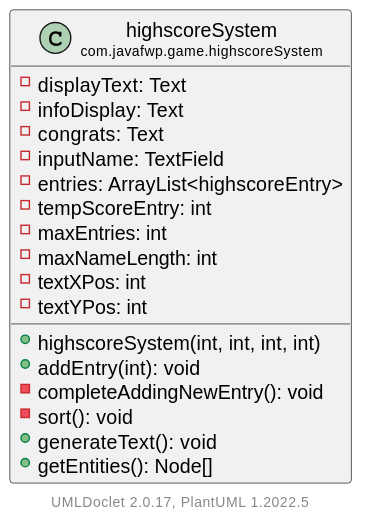
The PlantUML diagram javadoc/apidocs/com/javafwp/game/highscoreSystem/highscoreSystem.svg in SenpaiSimon/Java-FWP-AI-B6-Projekt, before a commit.
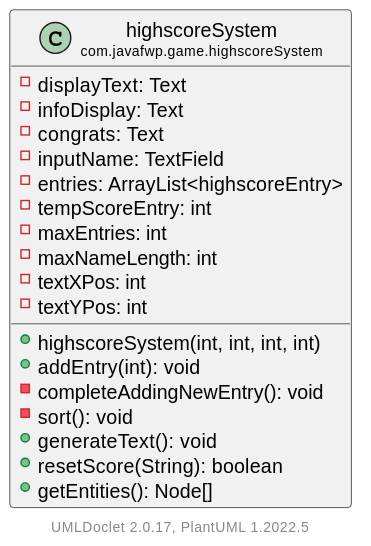
After the change.

What changed in the source:
```diff
@@ -19,6 +19,7 @@
         -completeAddingNewEntry(): void
         -sort(): void
         +generateText(): void
+        +resetScore(String): boolean
         +getEntities(): Node[]
     }
 
```
